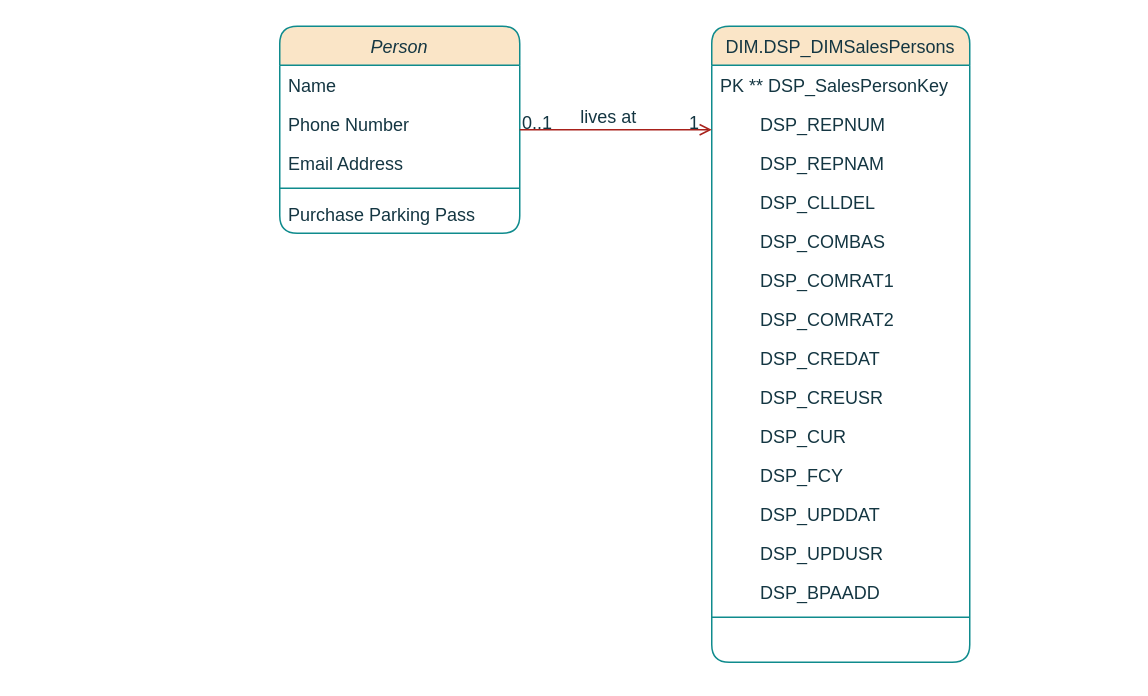
The draw.io diagram Diagramme de classe.drawio in BorchaniMohamed/BI_PROJECT_PFE, before the edit. Source tidied: cells renumbered, new cells numbered last; positions are measured from the earlier drawing's top-left corner, leaving out a move shared by most shapes. Both pictures are drawn from the tidied source at 150%, with x=0, y=0 at pixel (279, 26).
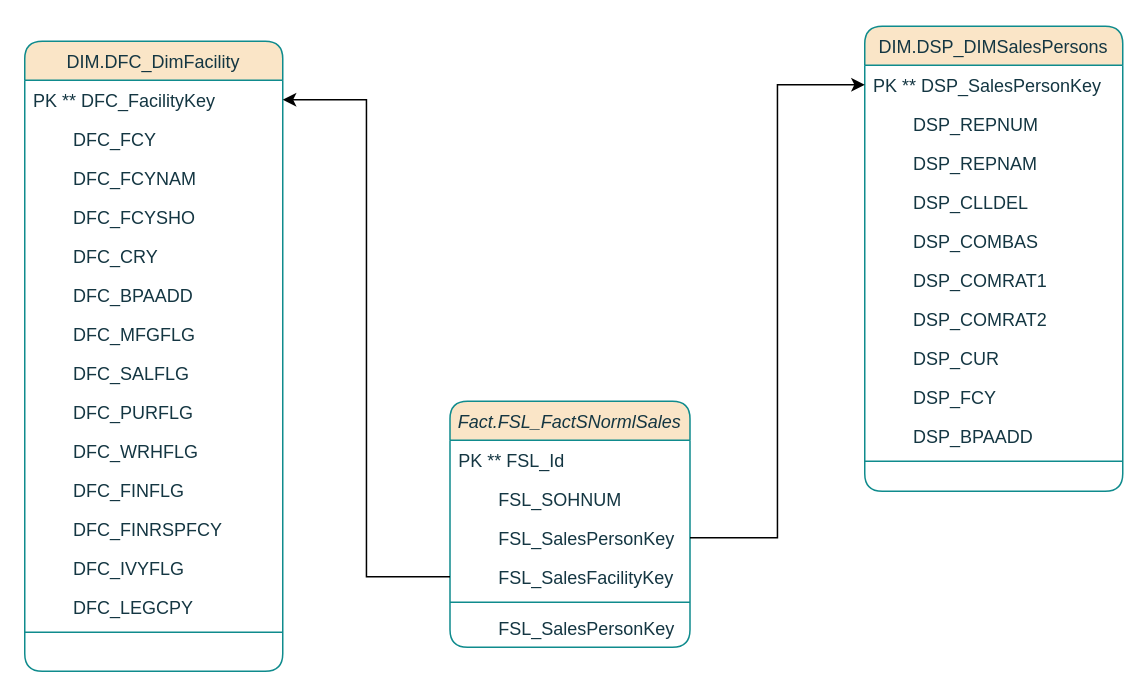
The same page after the edit.

Commit message (it also covers changes not shown here):
Mettre à jour Diagramme de classe.drawio

The change refers to these unchanged cells:
```xml
<mxCell id="9" value="PK ** DSP_SalesPersonKey" style="text;align=left;verticalAlign=top;spacingLeft=4;spacingRight=4;overflow=hidden;points=[[0,0.5],[1,0.5]];portConstraint=eastwest;labelBackgroundColor=none;fontColor=#143642;rounded=1;" parent="8" vertex="1">
  <mxGeometry y="26" width="172" height="26" as="geometry" />
</mxCell>
```

Change to the diagram source:
```diff
@@
-    <mxCell id="2" value="Person" style="swimlane;fontStyle=2;align=center;verticalAlign=top;horizontal=1;startSize=26;rounded=1;shadow=0;strokeWidth=1;labelBackgroundColor=none;fillColor=#FAE5C7;strokeColor=#0F8B8D;fontColor=#143642;" parent="1" vertex="1">
-      <mxGeometry width="160" height="138" as="geometry" />
+    <mxCell id="2" value="Fact.FSL_FactSNormlSales" style="swimlane;fontStyle=2;align=center;verticalAlign=top;horizontal=1;startSize=26;rounded=1;shadow=0;strokeWidth=1;labelBackgroundColor=none;fillColor=#FAE5C7;strokeColor=#0F8B8D;fontColor=#143642;" parent="1" vertex="1">
+      <mxGeometry x="113.5" y="250" width="160" height="164" as="geometry" />
     </mxCell>
-    <mxCell id="3" value="Name" style="text;align=left;verticalAlign=top;spacingLeft=4;spacingRight=4;overflow=hidden;labelBackgroundColor=none;fontColor=#143642;rounded=1;" parent="2" vertex="1">
+    <mxCell id="3" value="PK ** FSL_Id" style="text;align=left;verticalAlign=top;spacingLeft=4;spacingRight=4;overflow=hidden;labelBackgroundColor=none;fontColor=#143642;rounded=1;" parent="2" vertex="1">
       <mxGeometry y="26" width="160" height="26" as="geometry" />
     </mxCell>
-    <mxCell id="4" value="Phone Number" style="text;align=left;verticalAlign=top;spacingLeft=4;spacingRight=4;overflow=hidden;rounded=1;shadow=0;html=0;labelBackgroundColor=none;fontColor=#143642;" parent="2" vertex="1">
+    <mxCell id="4" value="        FSL_SOHNUM" style="text;align=left;verticalAlign=top;spacingLeft=4;spacingRight=4;overflow=hidden;rounded=1;shadow=0;html=0;labelBackgroundColor=none;fontColor=#143642;" parent="2" vertex="1">
       <mxGeometry y="52" width="160" height="26" as="geometry" />
     </mxCell>
-    <mxCell id="5" value="Email Address" style="text;align=left;verticalAlign=top;spacingLeft=4;spacingRight=4;overflow=hidden;points=[[0,0.5],[1,0.5]];portConstraint=eastwest;rounded=1;shadow=0;html=0;labelBackgroundColor=none;fontColor=#143642;" parent="2" vertex="1">
+    <mxCell id="5" value="        FSL_SalesPersonKey" style="text;align=left;verticalAlign=top;spacingLeft=4;spacingRight=4;overflow=hidden;points=[[0,0.5],[1,0.5]];portConstraint=eastwest;rounded=1;shadow=0;html=0;labelBackgroundColor=none;fontColor=#143642;" parent="2" vertex="1">
       <mxGeometry y="78" width="160" height="26" as="geometry" />
     </mxCell>
+    <mxCell id="28" value="        FSL_SalesFacilityKey" style="text;align=left;verticalAlign=top;spacingLeft=4;spacingRight=4;overflow=hidden;points=[[0,0.5],[1,0.5]];portConstraint=eastwest;rounded=1;shadow=0;html=0;labelBackgroundColor=none;fontColor=#143642;" parent="2" vertex="1">
+      <mxGeometry y="104" width="160" height="26" as="geometry" />
+    </mxCell>
     <mxCell id="6" style="line;html=1;strokeWidth=1;align=left;verticalAlign=middle;spacingTop=-1;spacingLeft=3;spacingRight=3;labelPosition=right;labelBackgroundColor=none;fillColor=#FAE5C7;strokeColor=#0F8B8D;fontColor=#143642;rounded=1;" parent="2" vertex="1">
-      <mxGeometry y="104" width="160" height="8" as="geometry" />
+      <mxGeometry y="130" width="160" height="8" as="geometry" />
     </mxCell>
-    <mxCell id="7" value="Purchase Parking Pass" style="text;align=left;verticalAlign=top;spacingLeft=4;spacingRight=4;overflow=hidden;labelBackgroundColor=none;fontColor=#143642;rounded=1;" parent="2" vertex="1">
-      <mxGeometry y="112" width="160" height="26" as="geometry" />
-    </mxCell>
+    <mxCell id="29" value="        FSL_SalesPersonKey" style="text;align=left;verticalAlign=top;spacingLeft=4;spacingRight=4;overflow=hidden;rounded=1;shadow=0;html=0;labelBackgroundColor=none;fontColor=#143642;" parent="2" vertex="1">
+      <mxGeometry y="138" width="160" height="26" as="geometry" />
+    </mxCell>
     <mxCell id="8" value="DIM.DSP_DIMSalesPersons" style="swimlane;fontStyle=0;align=center;verticalAlign=top;horizontal=1;startSize=26;rounded=1;shadow=0;strokeWidth=1;fillColor=#FAE5C7;strokeColor=#0F8B8D;labelBackgroundColor=none;fontColor=#143642;" parent="1" vertex="1">
-      <mxGeometry x="288" width="172" height="424" as="geometry" />
+      <mxGeometry x="390" width="172" height="310" as="geometry" />
     </mxCell>
@@
-    <mxCell id="16" value="        DSP_CREDAT " style="text;align=left;verticalAlign=top;spacingLeft=4;spacingRight=4;overflow=hidden;labelBackgroundColor=none;fontColor=#143642;rounded=1;" parent="8" vertex="1">
-      <mxGeometry y="208" width="172" height="26" as="geometry" />
-    </mxCell>
-    <mxCell id="17" value="        DSP_CREUSR " style="text;align=left;verticalAlign=top;spacingLeft=4;spacingRight=4;overflow=hidden;labelBackgroundColor=none;fontColor=#143642;rounded=1;" parent="8" vertex="1">
-      <mxGeometry y="234" width="172" height="26" as="geometry" />
-    </mxCell>
     <mxCell id="18" value="        DSP_CUR " style="text;align=left;verticalAlign=top;spacingLeft=4;spacingRight=4;overflow=hidden;rounded=1;shadow=0;html=0;labelBackgroundColor=none;fontColor=#143642;" parent="8" vertex="1">
-      <mxGeometry y="260" width="172" height="26" as="geometry" />
+      <mxGeometry y="208" width="172" height="26" as="geometry" />
     </mxCell>
     <mxCell id="19" value="        DSP_FCY" style="text;align=left;verticalAlign=top;spacingLeft=4;spacingRight=4;overflow=hidden;rounded=1;shadow=0;html=0;labelBackgroundColor=none;fontColor=#143642;" parent="8" vertex="1">
-      <mxGeometry y="286" width="172" height="26" as="geometry" />
+      <mxGeometry y="234" width="172" height="26" as="geometry" />
     </mxCell>
-    <mxCell id="20" value="        DSP_UPDDAT " style="text;align=left;verticalAlign=top;spacingLeft=4;spacingRight=4;overflow=hidden;rounded=1;shadow=0;html=0;labelBackgroundColor=none;fontColor=#143642;" parent="8" vertex="1">
-      <mxGeometry y="312" width="172" height="26" as="geometry" />
-    </mxCell>
-    <mxCell id="21" value="        DSP_UPDUSR" style="text;align=left;verticalAlign=top;spacingLeft=4;spacingRight=4;overflow=hidden;rounded=1;shadow=0;html=0;labelBackgroundColor=none;fontColor=#143642;" parent="8" vertex="1">
-      <mxGeometry y="338" width="172" height="26" as="geometry" />
-    </mxCell>
     <mxCell id="22" value="        DSP_BPAADD" style="text;align=left;verticalAlign=top;spacingLeft=4;spacingRight=4;overflow=hidden;rounded=1;shadow=0;html=0;labelBackgroundColor=none;fontColor=#143642;" parent="8" vertex="1">
-      <mxGeometry y="364" width="172" height="26" as="geometry" />
+      <mxGeometry y="260" width="172" height="26" as="geometry" />
     </mxCell>
     <mxCell id="23" style="line;html=1;strokeWidth=1;align=left;verticalAlign=middle;spacingTop=-1;spacingLeft=3;spacingRight=3;labelPosition=right;labelBackgroundColor=none;fillColor=#FAE5C7;strokeColor=#0F8B8D;fontColor=#143642;rounded=1;" parent="8" vertex="1">
-      <mxGeometry y="390" width="172" height="8" as="geometry" />
+      <mxGeometry y="286" width="172" height="8" as="geometry" />
     </mxCell>
-    <mxCell id="24" style="endArrow=open;shadow=0;strokeWidth=1;rounded=1;endFill=1;edgeStyle=elbowEdgeStyle;elbow=vertical;labelBackgroundColor=none;strokeColor=#A8201A;fontColor=default;" parent="1" edge="1" source="2" target="8">
-      <mxGeometry x="0.5" y="41" relative="1" as="geometry">
-        <mxPoint x="-40" y="32" as="offset" />
-      </mxGeometry>
-    </mxCell>
-    <mxCell id="25" value="0..1" style="align=left;verticalAlign=bottom;labelBackgroundColor=none;fontSize=12;fillColor=#FAE5C7;strokeColor=#0F8B8D;fontColor=#143642;rounded=1;" parent="24" vertex="1">
-      <mxGeometry x="-1" relative="1" as="geometry">
-        <mxPoint y="4" as="offset" />
-      </mxGeometry>
-    </mxCell>
-    <mxCell id="26" value="1" style="align=right;verticalAlign=bottom;labelBackgroundColor=none;fontSize=12;fillColor=#FAE5C7;strokeColor=#0F8B8D;fontColor=#143642;rounded=1;" parent="24" vertex="1">
-      <mxGeometry x="1" relative="1" as="geometry">
-        <mxPoint x="-7" y="4" as="offset" />
-      </mxGeometry>
-    </mxCell>
-    <mxCell id="27" value="lives at" style="text;html=1;align=center;verticalAlign=middle;labelBackgroundColor=none;rounded=1;shadow=0;strokeWidth=1;fontSize=12;fontColor=#143642;" parent="24" vertex="1">
-      <mxGeometry x="0.5" y="49" relative="1" as="geometry">
-        <mxPoint x="-38" y="40" as="offset" />
-      </mxGeometry>
-    </mxCell>
+    <mxCell id="30" style="edgeStyle=orthogonalEdgeStyle;rounded=0;jettySize=auto;html=1;exitX=1;exitY=0.5;exitDx=0;exitDy=0;" parent="1" edge="1" source="5" target="9">
+      <mxGeometry relative="1" as="geometry" />
+    </mxCell>
+    <mxCell id="31" value="DIM.DFC_DimFacility" style="swimlane;fontStyle=0;align=center;verticalAlign=top;horizontal=1;startSize=26;rounded=1;shadow=0;strokeWidth=1;fillColor=#FAE5C7;strokeColor=#0F8B8D;labelBackgroundColor=none;fontColor=#143642;" parent="1" vertex="1">
+      <mxGeometry x="-170" y="10" width="172" height="420" as="geometry" />
+    </mxCell>
+    <mxCell id="32" value="PK ** DFC_FacilityKey" style="text;align=left;verticalAlign=top;spacingLeft=4;spacingRight=4;overflow=hidden;points=[[0,0.5],[1,0.5]];portConstraint=eastwest;labelBackgroundColor=none;fontColor=#143642;rounded=1;" parent="31" vertex="1">
+      <mxGeometry y="26" width="172" height="26" as="geometry" />
+    </mxCell>
+    <mxCell id="33" value="        DFC_FCY" style="text;align=left;verticalAlign=top;spacingLeft=4;spacingRight=4;overflow=hidden;labelBackgroundColor=none;fontColor=#143642;rounded=1;" parent="31" vertex="1">
+      <mxGeometry y="52" width="172" height="26" as="geometry" />
+    </mxCell>
+    <mxCell id="34" value="        DFC_FCYNAM" style="text;align=left;verticalAlign=top;spacingLeft=4;spacingRight=4;overflow=hidden;labelBackgroundColor=none;fontColor=#143642;rounded=1;" parent="31" vertex="1">
+      <mxGeometry y="78" width="172" height="26" as="geometry" />
+    </mxCell>
+    <mxCell id="35" value="        DFC_FCYSHO" style="text;align=left;verticalAlign=top;spacingLeft=4;spacingRight=4;overflow=hidden;labelBackgroundColor=none;fontColor=#143642;rounded=1;" parent="31" vertex="1">
+      <mxGeometry y="104" width="172" height="26" as="geometry" />
+    </mxCell>
+    <mxCell id="36" value="        DFC_CRY" style="text;align=left;verticalAlign=top;spacingLeft=4;spacingRight=4;overflow=hidden;labelBackgroundColor=none;fontColor=#143642;rounded=1;" parent="31" vertex="1">
+      <mxGeometry y="130" width="172" height="26" as="geometry" />
+    </mxCell>
+    <mxCell id="37" value="        DFC_BPAADD" style="text;align=left;verticalAlign=top;spacingLeft=4;spacingRight=4;overflow=hidden;labelBackgroundColor=none;fontColor=#143642;rounded=1;" parent="31" vertex="1">
+      <mxGeometry y="156" width="172" height="26" as="geometry" />
+    </mxCell>
+    <mxCell id="38" value="        DFC_MFGFLG" style="text;align=left;verticalAlign=top;spacingLeft=4;spacingRight=4;overflow=hidden;labelBackgroundColor=none;fontColor=#143642;rounded=1;" parent="31" vertex="1">
+      <mxGeometry y="182" width="172" height="26" as="geometry" />
+    </mxCell>
+    <mxCell id="39" value="        DFC_SALFLG" style="text;align=left;verticalAlign=top;spacingLeft=4;spacingRight=4;overflow=hidden;labelBackgroundColor=none;fontColor=#143642;rounded=1;" parent="31" vertex="1">
+      <mxGeometry y="208" width="172" height="26" as="geometry" />
+    </mxCell>
+    <mxCell id="40" value="        DFC_PURFLG" style="text;align=left;verticalAlign=top;spacingLeft=4;spacingRight=4;overflow=hidden;labelBackgroundColor=none;fontColor=#143642;rounded=1;" parent="31" vertex="1">
+      <mxGeometry y="234" width="172" height="26" as="geometry" />
+    </mxCell>
+    <mxCell id="41" value="        DFC_WRHFLG" style="text;align=left;verticalAlign=top;spacingLeft=4;spacingRight=4;overflow=hidden;labelBackgroundColor=none;fontColor=#143642;rounded=1;" parent="31" vertex="1">
+      <mxGeometry y="260" width="172" height="26" as="geometry" />
+    </mxCell>
+    <mxCell id="42" value="        DFC_FINFLG" style="text;align=left;verticalAlign=top;spacingLeft=4;spacingRight=4;overflow=hidden;labelBackgroundColor=none;fontColor=#143642;rounded=1;" parent="31" vertex="1">
+      <mxGeometry y="286" width="172" height="26" as="geometry" />
+    </mxCell>
+    <mxCell id="43" value="        DFC_FINRSPFCY" style="text;align=left;verticalAlign=top;spacingLeft=4;spacingRight=4;overflow=hidden;labelBackgroundColor=none;fontColor=#143642;rounded=1;" parent="31" vertex="1">
+      <mxGeometry y="312" width="172" height="26" as="geometry" />
+    </mxCell>
+    <mxCell id="44" value="        DFC_IVYFLG" style="text;align=left;verticalAlign=top;spacingLeft=4;spacingRight=4;overflow=hidden;labelBackgroundColor=none;fontColor=#143642;rounded=1;" parent="31" vertex="1">
+      <mxGeometry y="338" width="172" height="26" as="geometry" />
+    </mxCell>
+    <mxCell id="45" value="        DFC_LEGCPY" style="text;align=left;verticalAlign=top;spacingLeft=4;spacingRight=4;overflow=hidden;labelBackgroundColor=none;fontColor=#143642;rounded=1;" parent="31" vertex="1">
+      <mxGeometry y="364" width="172" height="26" as="geometry" />
+    </mxCell>
+    <mxCell id="46" style="line;html=1;strokeWidth=1;align=left;verticalAlign=middle;spacingTop=-1;spacingLeft=3;spacingRight=3;labelPosition=right;labelBackgroundColor=none;fillColor=#FAE5C7;strokeColor=#0F8B8D;fontColor=#143642;rounded=1;" parent="31" vertex="1">
+      <mxGeometry y="390" width="172" height="8" as="geometry" />
+    </mxCell>
+    <mxCell id="47" style="edgeStyle=orthogonalEdgeStyle;rounded=0;jettySize=auto;html=1;" parent="1" edge="1" source="28" target="32">
+      <mxGeometry relative="1" as="geometry" />
+    </mxCell>
```
